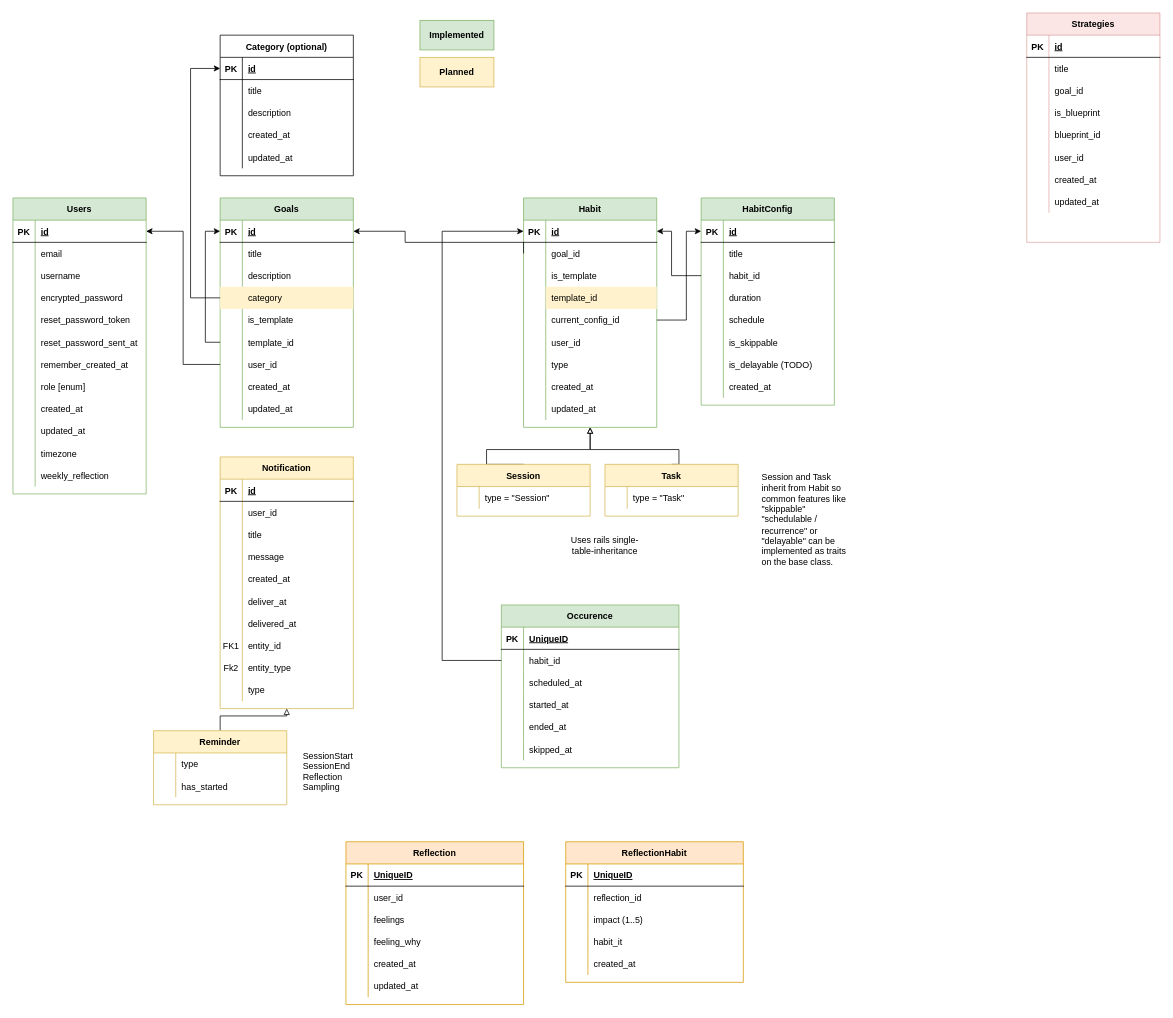
Above: reqs/DB Model.drawio in AlexanderLill/yahtapp-web (draw.io), before the change. Source tidied: cells renumbered, new cells numbered last; positions are measured from the earlier drawing's top-left corner, leaving out a move shared by most shapes. Both pictures are drawn from the tidied source at 74%, with x=0, y=0 at pixel (13, 13).
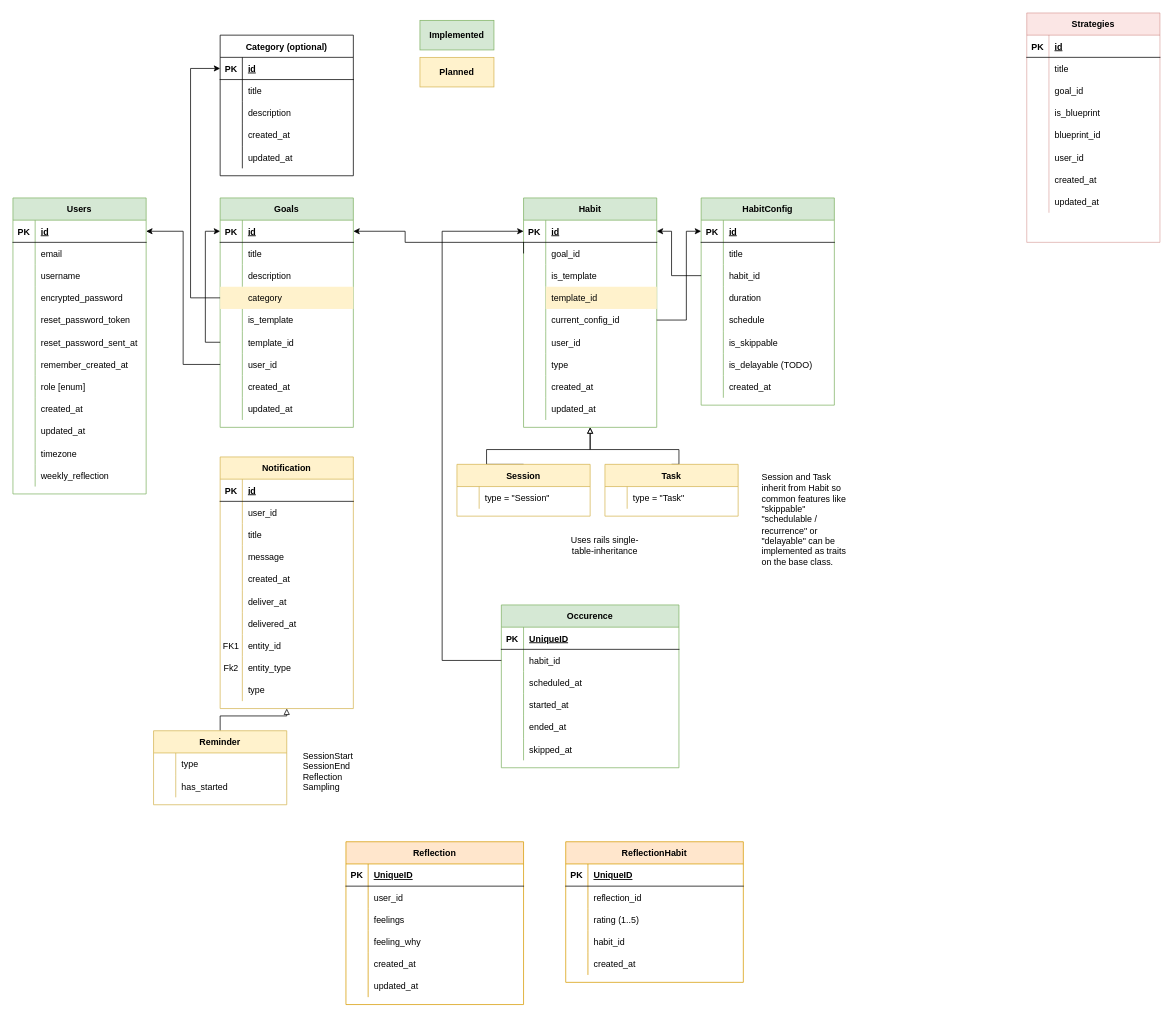
Above is the later version.

Unchanged cells that the change refers to:
```xml
<mxCell id="238" style="shape=partialRectangle;fillColor=none;top=0;left=0;bottom=0;right=0;" parent="231" vertex="1">
  <mxGeometry y="90" width="240" height="30" as="geometry" />
</mxCell>
<mxCell id="241" style="shape=partialRectangle;fillColor=none;top=0;left=0;bottom=0;right=0;" parent="231" vertex="1">
  <mxGeometry y="120" width="240" height="30" as="geometry" />
</mxCell>
```

Change to the diagram source:
```diff
@@
-    <mxCell id="240" value="impact (1..5)" style="shape=partialRectangle;fillColor=none;top=0;left=0;bottom=0;right=0;align=left;spacingLeft=6;overflow=hidden;" parent="238" vertex="1">
+    <mxCell id="240" value="rating (1..5)" style="shape=partialRectangle;fillColor=none;top=0;left=0;bottom=0;right=0;align=left;spacingLeft=6;overflow=hidden;" parent="238" vertex="1">
       <mxGeometry x="30" width="210" height="30" as="geometry" />
     </mxCell>
@@
-    <mxCell id="243" value="habit_it" style="shape=partialRectangle;fillColor=none;top=0;left=0;bottom=0;right=0;align=left;spacingLeft=6;overflow=hidden;" parent="241" vertex="1">
+    <mxCell id="243" value="habit_id" style="shape=partialRectangle;fillColor=none;top=0;left=0;bottom=0;right=0;align=left;spacingLeft=6;overflow=hidden;" parent="241" vertex="1">
       <mxGeometry x="30" width="210" height="30" as="geometry" />
     </mxCell>
```
